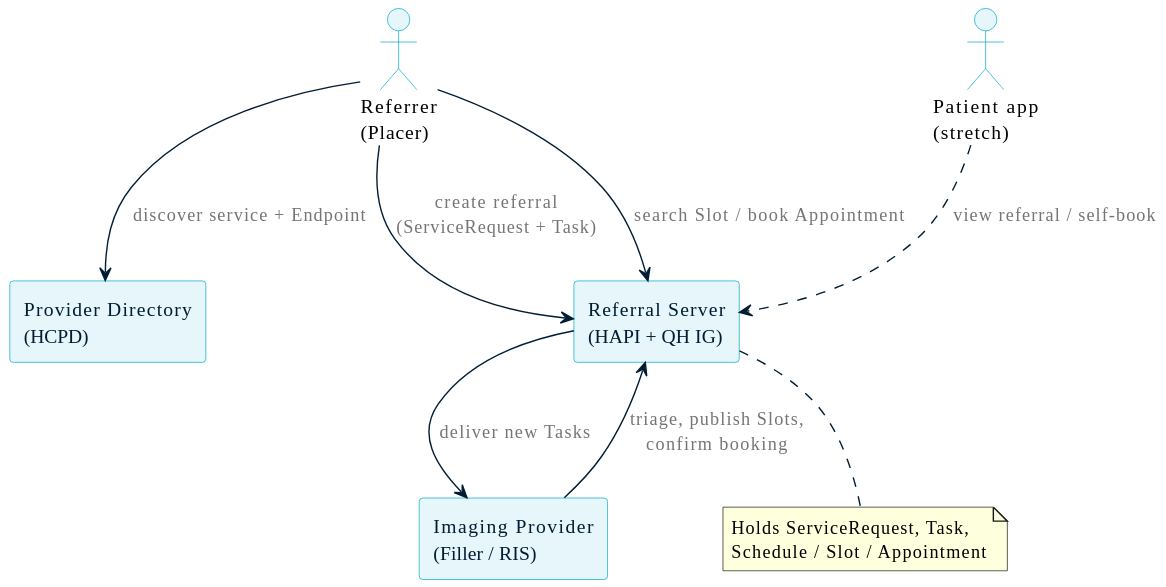
Before: 2026-10-29/1-FHIR-For-Services/slides/diagrams/architecture.svg, a diagram exported from PlantUML (aehrc/qh-connectathon). Source of this version:
```plantuml
@startuml
skinparam backgroundColor transparent
skinparam shadowing false
skinparam defaultFontName Calibri
skinparam componentStyle rectangle
skinparam component {
  BorderColor #00A9CE
  BackgroundColor #E6F6FA
  FontColor #001D34
}
skinparam actor {
  BorderColor #00A9CE
  BackgroundColor #E6F6FA
}
skinparam ArrowColor #001D34
skinparam ArrowFontColor #757579

actor "Referrer\n(Placer)" as R
component "Provider Directory\n(HCPD)" as D
component "Referral Server\n(HAPI + QH IG)" as S
component "Imaging Provider\n(Filler / RIS)" as F
actor "Patient app\n(stretch)" as P

R --> D : discover service + Endpoint
R --> S : create referral\n(ServiceRequest + Task)
R --> S : search Slot / book Appointment
F --> S : triage, publish Slots,\nconfirm booking
S --> F : deliver new Tasks
P ..> S : view referral / self-book

note bottom of S
  Holds ServiceRequest, Task,
  Schedule / Slot / Appointment
end note
@enduml
```
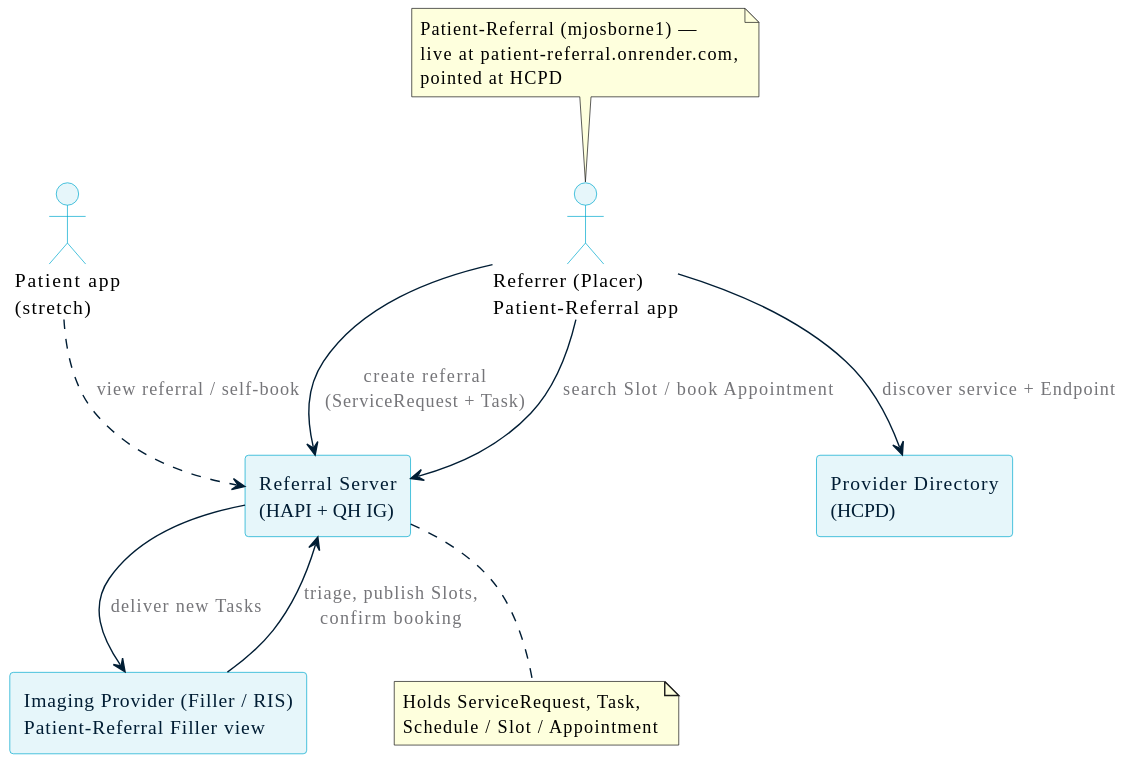
After the change.

Commit message:
Integrate Patient-Referral as the Track 2 reference client

Change to the diagram source:
```diff
@@ -15,10 +15,10 @@
 skinparam ArrowColor #001D34
 skinparam ArrowFontColor #757579
 
-actor "Referrer\n(Placer)" as R
+actor "Referrer (Placer)\nPatient-Referral app" as R
 component "Provider Directory\n(HCPD)" as D
 component "Referral Server\n(HAPI + QH IG)" as S
-component "Imaging Provider\n(Filler / RIS)" as F
+component "Imaging Provider (Filler / RIS)\nPatient-Referral Filler view" as F
 actor "Patient app\n(stretch)" as P
 
 R --> D : discover service + Endpoint
@@ -32,4 +32,10 @@
   Holds ServiceRequest, Task,
   Schedule / Slot / Appointment
 end note
+
+note top of R
+  Patient-Referral (mjosborne1) —
+  live at patient-referral.onrender.com,
+  pointed at HCPD
+end note
 @enduml
```
